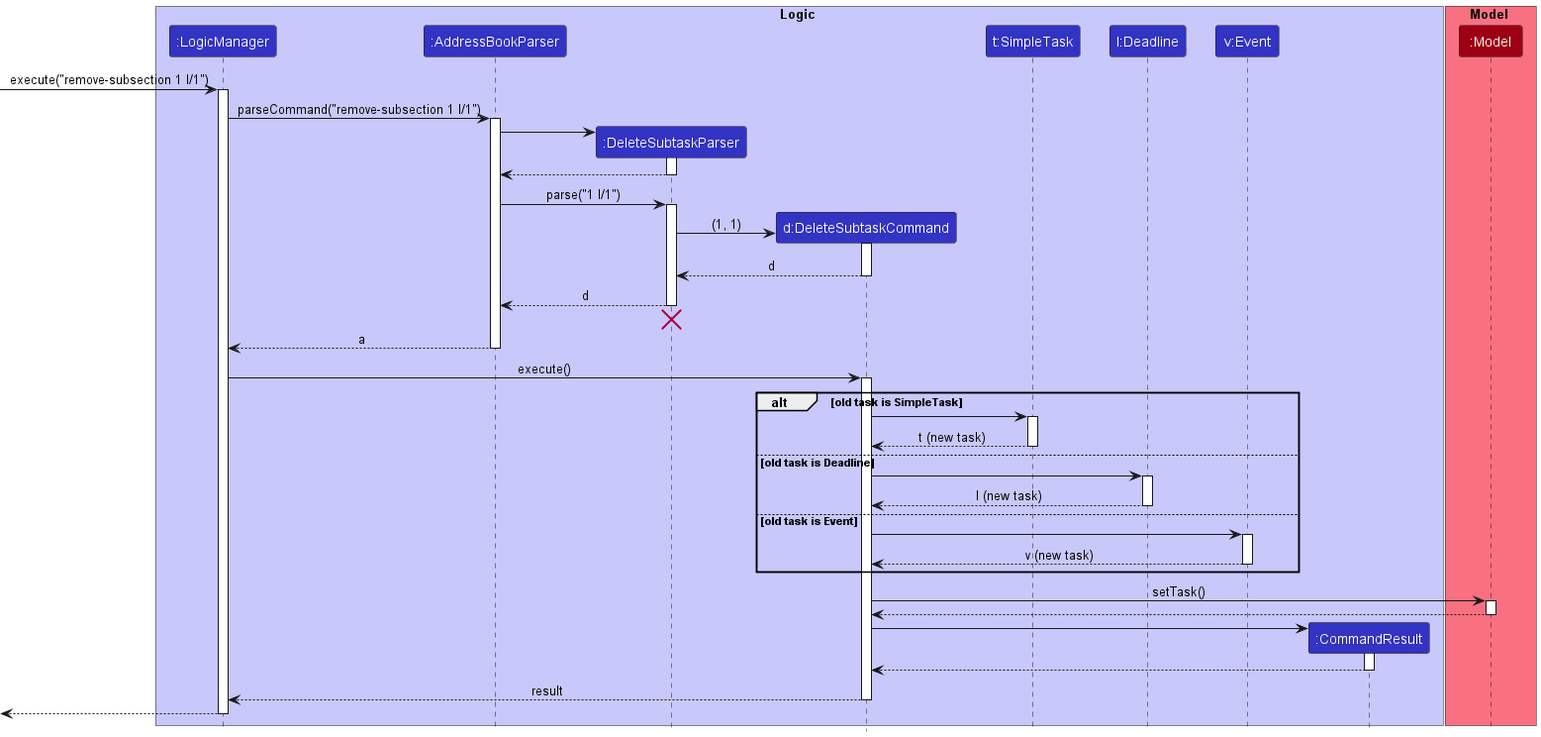
Earlier version of the PlantUML export docs/images/RemoveSubsectionSequenceDiagram.png (nus-cs2103-AY2223S2/tp). The source it was exported from:
```plantuml
@startuml
!include style.puml

box Logic LOGIC_COLOR_T1
participant ":LogicManager" as LogicManager LOGIC_COLOR
participant ":AddressBookParser" as AddressBookParser LOGIC_COLOR
participant ":DeleteSubtaskParser" as DeleteSubtaskParser LOGIC_COLOR
participant "d:DeleteSubtaskCommand" as DeleteSubtaskCommand LOGIC_COLOR
participant "t:SimpleTask" as SimpleTask LOGIC_COLOR
participant "l:Deadline" as Deadline LOGIC_COLOR
participant "v:Event" as Event LOGIC_COLOR
participant ":CommandResult" as CommandResult LOGIC_COLOR


end box

box Model MODEL_COLOR_T1
participant ":Model" as Model MODEL_COLOR
end box

[-> LogicManager : execute("remove-subsection 1 I/1")
activate LogicManager

LogicManager -> AddressBookParser : parseCommand("remove-subsection 1 I/1")
activate AddressBookParser

create DeleteSubtaskParser
AddressBookParser -> DeleteSubtaskParser
activate DeleteSubtaskParser

DeleteSubtaskParser --> AddressBookParser
deactivate DeleteSubtaskParser

AddressBookParser -> DeleteSubtaskParser : parse("1 I/1")
activate DeleteSubtaskParser

create DeleteSubtaskCommand
DeleteSubtaskParser -> DeleteSubtaskCommand : (1, 1)
activate DeleteSubtaskCommand

DeleteSubtaskCommand --> DeleteSubtaskParser : d
deactivate DeleteSubtaskCommand

DeleteSubtaskParser --> AddressBookParser : d
deactivate DeleteSubtaskParser
DeleteSubtaskParser -[hidden]-> AddressBookParser
destroy DeleteSubtaskParser

AddressBookParser --> LogicManager : a
deactivate AddressBookParser

LogicManager -> DeleteSubtaskCommand : execute()
activate DeleteSubtaskCommand

alt old task is SimpleTask

    DeleteSubtaskCommand -> SimpleTask
    activate SimpleTask

    SimpleTask --> DeleteSubtaskCommand : t (new task)
    deactivate SimpleTask

else old task is Deadline
    DeleteSubtaskCommand -> Deadline
    activate Deadline

    Deadline --> DeleteSubtaskCommand : l (new task)
    deactivate Deadline

else old task is Event
    DeleteSubtaskCommand -> Event
    activate Event

    Event --> DeleteSubtaskCommand : v (new task)
    deactivate Event
end

DeleteSubtaskCommand -> Model : setTask()
activate Model

Model --> DeleteSubtaskCommand
deactivate Model

create CommandResult
DeleteSubtaskCommand -> CommandResult
activate CommandResult

CommandResult --> DeleteSubtaskCommand
deactivate CommandResult

DeleteSubtaskCommand --> LogicManager : result
deactivate DeleteSubtaskCommand

[<--LogicManager
deactivate LogicManager
@enduml
```
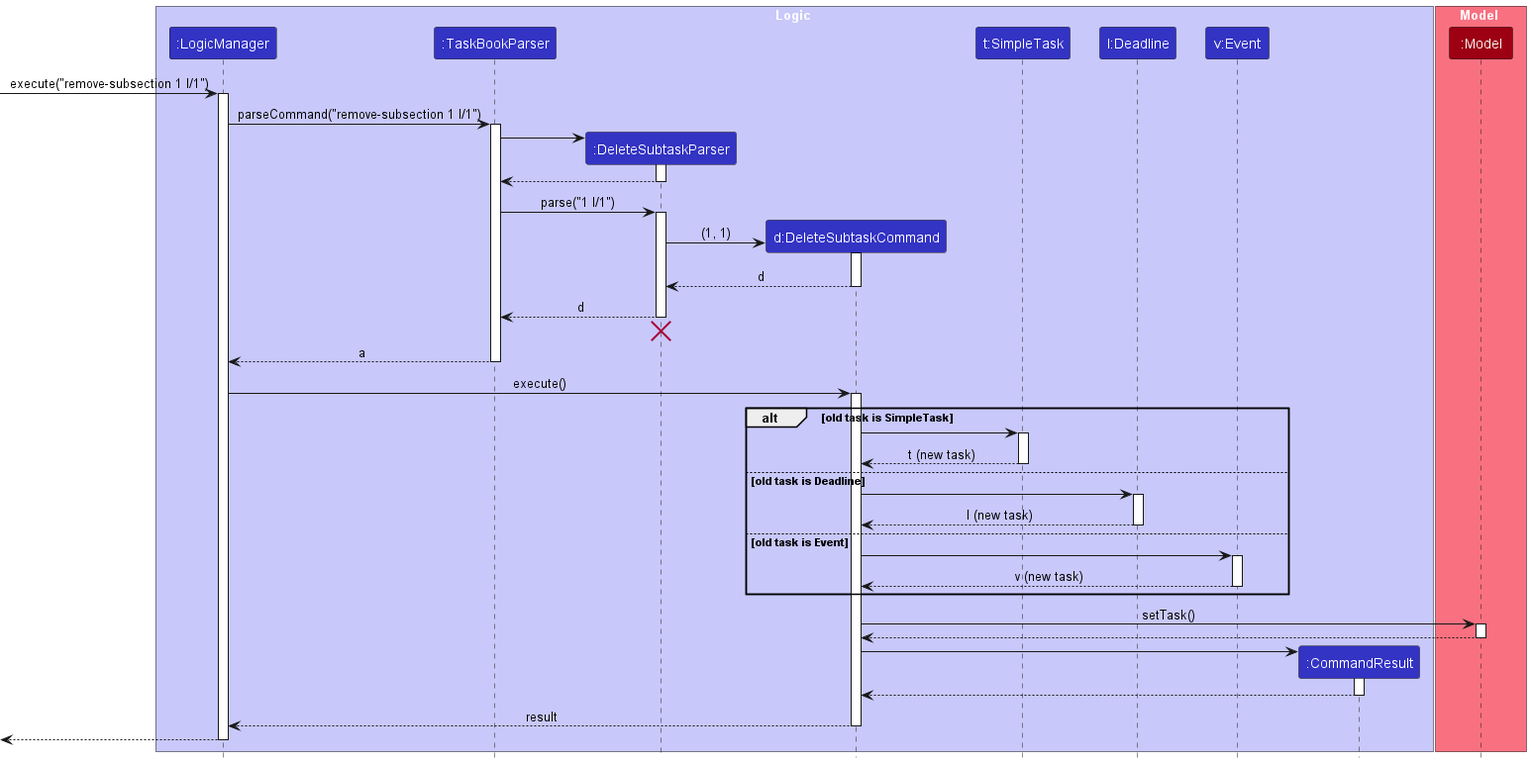
The same file after the commit.

Change to the diagram source:
```diff
@@ -3,7 +3,7 @@
 
 box Logic LOGIC_COLOR_T1
 participant ":LogicManager" as LogicManager LOGIC_COLOR
-participant ":AddressBookParser" as AddressBookParser LOGIC_COLOR
+participant ":TaskBookParser" as TaskBookParser LOGIC_COLOR
 participant ":DeleteSubtaskParser" as DeleteSubtaskParser LOGIC_COLOR
 participant "d:DeleteSubtaskCommand" as DeleteSubtaskCommand LOGIC_COLOR
 participant "t:SimpleTask" as SimpleTask LOGIC_COLOR
@@ -21,17 +21,17 @@
 [-> LogicManager : execute("remove-subsection 1 I/1")
 activate LogicManager
 
-LogicManager -> AddressBookParser : parseCommand("remove-subsection 1 I/1")
-activate AddressBookParser
+LogicManager -> TaskBookParser : parseCommand("remove-subsection 1 I/1")
+activate TaskBookParser
 
 create DeleteSubtaskParser
-AddressBookParser -> DeleteSubtaskParser
+TaskBookParser -> DeleteSubtaskParser
 activate DeleteSubtaskParser
 
-DeleteSubtaskParser --> AddressBookParser
+DeleteSubtaskParser --> TaskBookParser
 deactivate DeleteSubtaskParser
 
-AddressBookParser -> DeleteSubtaskParser : parse("1 I/1")
+TaskBookParser -> DeleteSubtaskParser : parse("1 I/1")
 activate DeleteSubtaskParser
 
 create DeleteSubtaskCommand
@@ -41,13 +41,13 @@
 DeleteSubtaskCommand --> DeleteSubtaskParser : d
 deactivate DeleteSubtaskCommand
 
-DeleteSubtaskParser --> AddressBookParser : d
+DeleteSubtaskParser --> TaskBookParser : d
 deactivate DeleteSubtaskParser
-DeleteSubtaskParser -[hidden]-> AddressBookParser
+DeleteSubtaskParser -[hidden]-> TaskBookParser
 destroy DeleteSubtaskParser
 
-AddressBookParser --> LogicManager : a
-deactivate AddressBookParser
+TaskBookParser --> LogicManager : a
+deactivate TaskBookParser
 
 LogicManager -> DeleteSubtaskCommand : execute()
 activate DeleteSubtaskCommand
```
